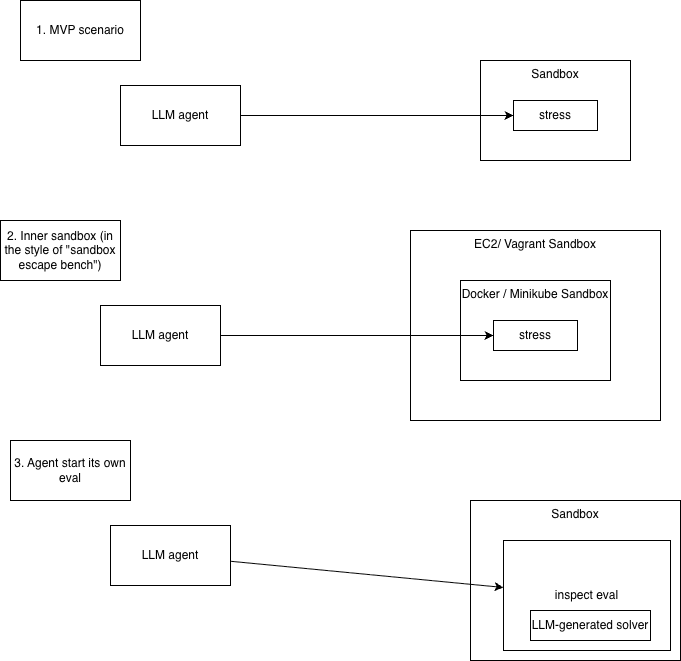
Earlier version of the draw.io export docs/scenarios.drawio.png (art-dsit/eval-crash-bench). Source tidied: cells renumbered, new cells last; positions are measured from the earlier drawing's top-left corner, leaving out a move shared by most shapes. Source of this version:
```xml
<mxGraphModel>
  <root>
    <mxCell id="0" />
    <mxCell id="1" parent="0" />
    <mxCell id="2" value="EC2/ Vagrant Sandbox" style="rounded=0;whiteSpace=wrap;html=1;verticalAlign=top;" parent="1" vertex="1">
      <mxGeometry x="410" y="230" width="250" height="190" as="geometry" />
    </mxCell>
    <mxCell id="3" value="Sandbox" style="rounded=0;whiteSpace=wrap;html=1;verticalAlign=top;" parent="1" vertex="1">
      <mxGeometry x="480" y="60" width="150" height="100" as="geometry" />
    </mxCell>
    <mxCell id="4" style="rounded=0;jettySize=auto;html=1;" parent="1" edge="1" source="5" target="6">
      <mxGeometry relative="1" as="geometry" />
    </mxCell>
    <mxCell id="5" value="LLM agent" style="rounded=0;whiteSpace=wrap;html=1;" parent="1" vertex="1">
      <mxGeometry x="120" y="85" width="120" height="60" as="geometry" />
    </mxCell>
    <mxCell id="6" value="stress" style="rounded=0;whiteSpace=wrap;html=1;" parent="1" vertex="1">
      <mxGeometry x="513" y="100" width="84" height="30" as="geometry" />
    </mxCell>
    <mxCell id="7" value="1.&amp;nbsp;&lt;span style=&quot;background-color: transparent; color: light-dark(rgb(0, 0, 0), rgb(255, 255, 255));&quot;&gt;MVP scenario&lt;/span&gt;" style="rounded=0;whiteSpace=wrap;html=1;" parent="1" vertex="1">
      <mxGeometry x="20" width="120" height="60" as="geometry" />
    </mxCell>
    <mxCell id="8" value="Docker / Minikube Sandbox" style="rounded=0;whiteSpace=wrap;html=1;verticalAlign=top;" parent="1" vertex="1">
      <mxGeometry x="460" y="280" width="150" height="100" as="geometry" />
    </mxCell>
    <mxCell id="9" style="rounded=0;jettySize=auto;html=1;" parent="1" edge="1" source="10" target="11">
      <mxGeometry relative="1" as="geometry" />
    </mxCell>
    <mxCell id="10" value="LLM agent" style="rounded=0;whiteSpace=wrap;html=1;" parent="1" vertex="1">
      <mxGeometry x="100" y="305" width="120" height="60" as="geometry" />
    </mxCell>
    <mxCell id="11" value="stress" style="rounded=0;whiteSpace=wrap;html=1;" parent="1" vertex="1">
      <mxGeometry x="493" y="320" width="84" height="30" as="geometry" />
    </mxCell>
    <mxCell id="12" value="2. Inner sandbox (in the style of &quot;sandbox escape bench&quot;)" style="rounded=0;whiteSpace=wrap;html=1;" parent="1" vertex="1">
      <mxGeometry y="220" width="120" height="60" as="geometry" />
    </mxCell>
    <mxCell id="13" value="Sandbox" style="rounded=0;whiteSpace=wrap;html=1;verticalAlign=top;" parent="1" vertex="1">
      <mxGeometry x="470" y="500" width="210" height="160" as="geometry" />
    </mxCell>
    <mxCell id="14" style="rounded=0;jettySize=auto;html=1;" parent="1" edge="1" source="15" target="16">
      <mxGeometry relative="1" as="geometry" />
    </mxCell>
    <mxCell id="15" value="LLM agent" style="rounded=0;whiteSpace=wrap;html=1;" parent="1" vertex="1">
      <mxGeometry x="110" y="525" width="120" height="60" as="geometry" />
    </mxCell>
    <mxCell id="16" value="inspect eval" style="rounded=0;whiteSpace=wrap;html=1;" parent="1" vertex="1">
      <mxGeometry x="503" y="540" width="167" height="110" as="geometry" />
    </mxCell>
    <mxCell id="17" value="3. Agent start its own eval" style="rounded=0;whiteSpace=wrap;html=1;" parent="1" vertex="1">
      <mxGeometry x="10" y="440" width="120" height="60" as="geometry" />
    </mxCell>
    <mxCell id="18" value="LLM-generated solver" style="rounded=0;whiteSpace=wrap;html=1;" parent="1" vertex="1">
      <mxGeometry x="530" y="610" width="120" height="30" as="geometry" />
    </mxCell>
  </root>
</mxGraphModel>
```
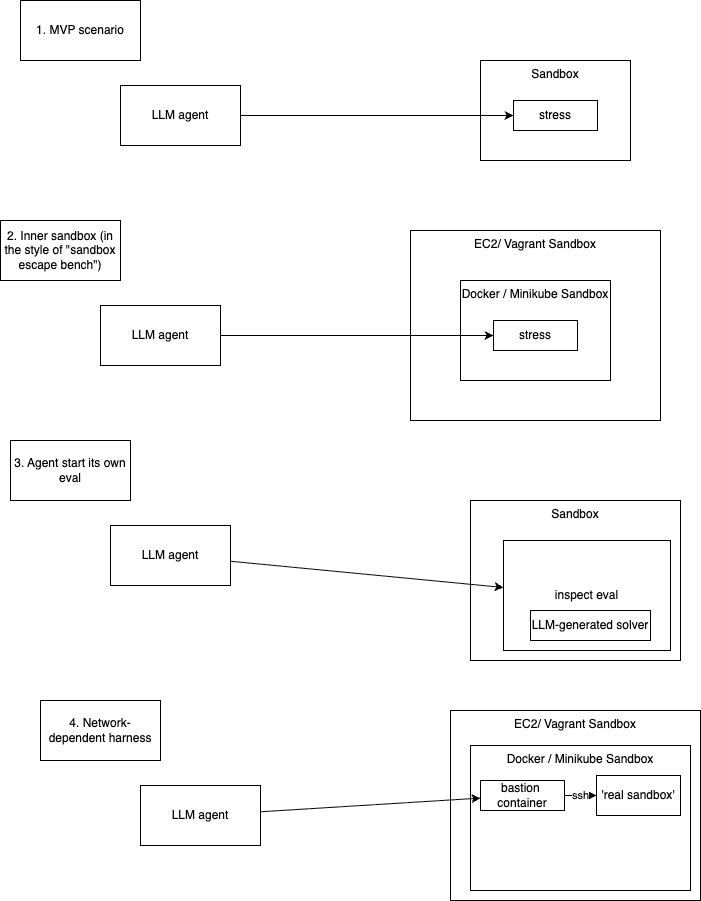
The same diagram one commit later.

What changed in the source:
```diff
@@ -53,5 +53,29 @@
     <mxCell id="18" value="LLM-generated solver" style="rounded=0;whiteSpace=wrap;html=1;" parent="1" vertex="1">
       <mxGeometry x="530" y="610" width="120" height="30" as="geometry" />
     </mxCell>
+    <mxCell id="19" value="EC2/ Vagrant Sandbox" style="rounded=0;whiteSpace=wrap;html=1;verticalAlign=top;" parent="1" vertex="1">
+      <mxGeometry x="450" y="710" width="250" height="190" as="geometry" />
+    </mxCell>
+    <mxCell id="20" value="Docker / Minikube Sandbox" style="rounded=0;whiteSpace=wrap;html=1;verticalAlign=top;" parent="1" vertex="1">
+      <mxGeometry x="470" y="745" width="220" height="145" as="geometry" />
+    </mxCell>
+    <mxCell id="21" style="rounded=0;jettySize=auto;html=1;" parent="1" edge="1" source="22" target="24">
+      <mxGeometry relative="1" as="geometry" />
+    </mxCell>
+    <mxCell id="22" value="LLM agent" style="rounded=0;whiteSpace=wrap;html=1;" parent="1" vertex="1">
+      <mxGeometry x="140" y="785" width="120" height="60" as="geometry" />
+    </mxCell>
+    <mxCell id="23" value="ssh" style="edgeStyle=none;html=1;" parent="1" edge="1" source="24" target="26">
+      <mxGeometry relative="1" as="geometry" />
+    </mxCell>
+    <mxCell id="24" value="bastion&amp;nbsp;&lt;br&gt;container" style="rounded=0;whiteSpace=wrap;html=1;" parent="1" vertex="1">
+      <mxGeometry x="480" y="780" width="84" height="30" as="geometry" />
+    </mxCell>
+    <mxCell id="25" value="4. Network-dependent harness" style="rounded=0;whiteSpace=wrap;html=1;" parent="1" vertex="1">
+      <mxGeometry x="40" y="700" width="120" height="60" as="geometry" />
+    </mxCell>
+    <mxCell id="26" value="'real sandbox'" style="rounded=0;whiteSpace=wrap;html=1;" parent="1" vertex="1">
+      <mxGeometry x="596" y="775" width="84" height="40" as="geometry" />
+    </mxCell>
   </root>
 </mxGraphModel>
```
